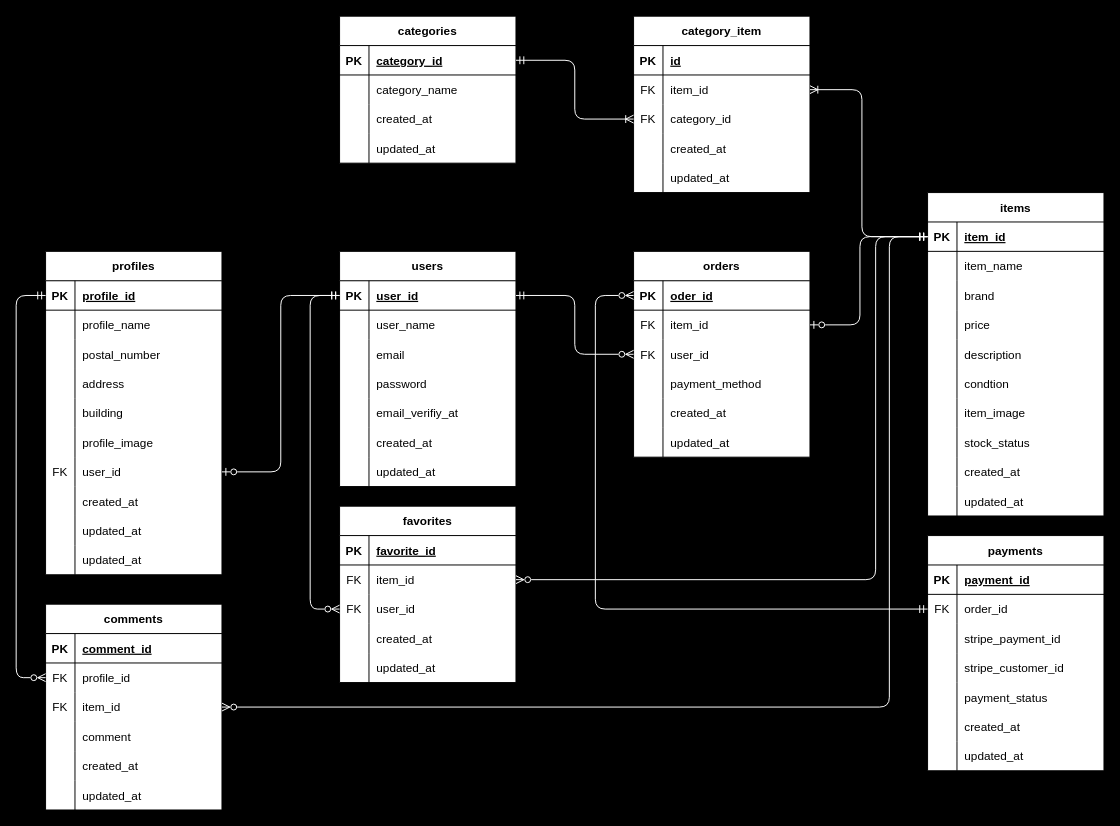
This is flea_markets_er.dio from ayuka-maruyama/coachtech_flea_markets, a draw.io file, before an edit. Source tidied: cells renumbered, new cells numbered last; positions are measured from the earlier drawing's top-left corner, leaving out a move shared by most shapes. Both pictures are drawn from the tidied source at 98%, with x=0, y=0 at pixel (16, 16).
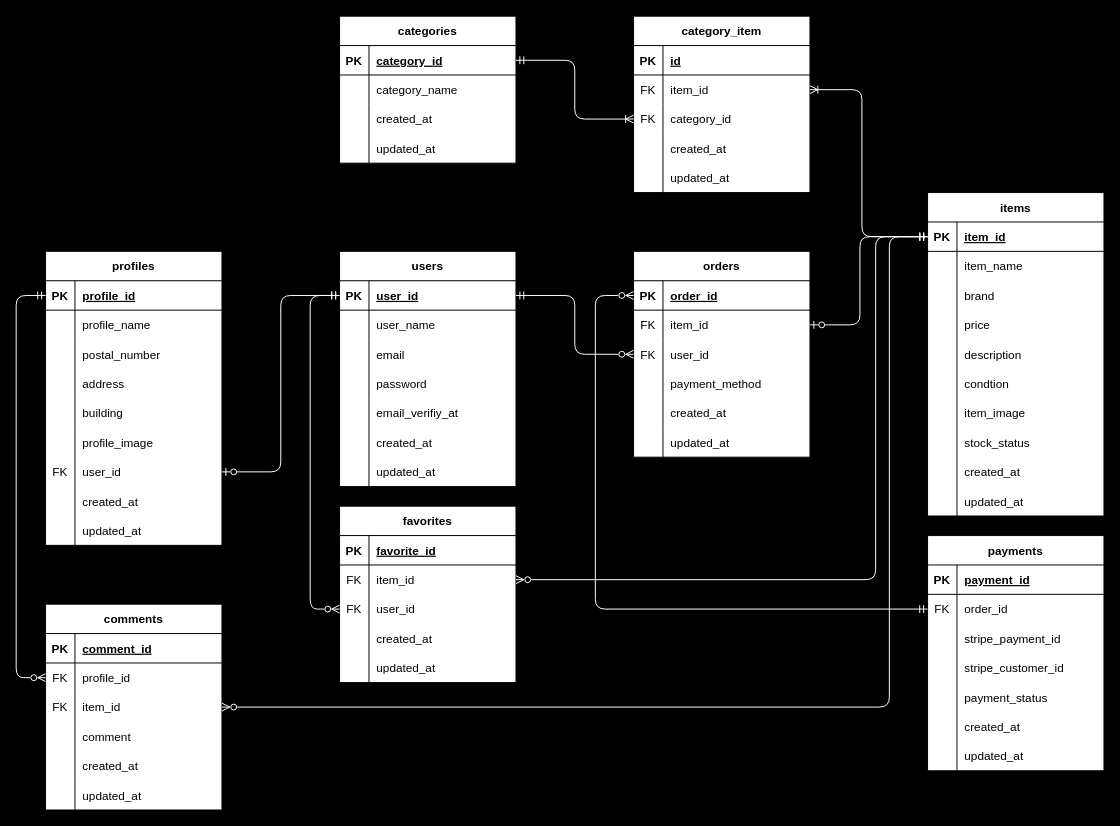
Above is the later version.

Commit message:
ER図のカラム名誤りを修正

Unchanged cells that the change refers to:
```xml
<mxCell id="87" style="shape=tableRow;horizontal=0;startSize=0;swimlaneHead=0;swimlaneBody=0;fillColor=none;points=[[0,0.5],[1,0.5]];portConstraint=eastwest;top=0;left=0;right=0;bottom=1;" parent="86" vertex="1">
  <mxGeometry y="30" width="180" height="30" as="geometry" />
</mxCell>
```

Change to the diagram source:
```diff
@@
-    <mxCell id="89" value="oder_id" style="shape=partialRectangle;fillColor=none;top=0;left=0;bottom=0;right=0;align=left;spacingLeft=6;fontStyle=5;overflow=hidden;" parent="87" vertex="1">
+    <mxCell id="89" value="order_id" style="shape=partialRectangle;fillColor=none;top=0;left=0;bottom=0;right=0;align=left;spacingLeft=6;fontStyle=5;overflow=hidden;" parent="87" vertex="1">
       <mxGeometry x="30" width="150" height="30" as="geometry" />
     </mxCell>
@@
     <mxCell id="106" value="profiles" style="shape=table;startSize=30;childLayout=tableLayout;rowLines=0;fontStyle=1;align=center;fillColor=default;swimlaneFillColor=default;" parent="1" vertex="1">
-      <mxGeometry x="30" y="240" width="180" height="330" as="geometry" />
+      <mxGeometry x="30" y="240" width="180" height="300" as="geometry" />
     </mxCell>
@@
-    <mxCell id="134" style="shape=tableRow;horizontal=0;startSize=0;swimlaneHead=0;swimlaneBody=0;fillColor=none;top=0;left=0;right=0;bottom=0;" parent="106" vertex="1">
-      <mxGeometry y="300" width="180" height="30" as="geometry" />
-    </mxCell>
-    <mxCell id="135" style="shape=partialRectangle;fillColor=none;top=0;left=0;bottom=0;right=0;overflow=hidden;" parent="134" vertex="1">
-      <mxGeometry width="30" height="30" as="geometry" />
-    </mxCell>
-    <mxCell id="136" value="updated_at" style="shape=partialRectangle;fillColor=none;top=0;left=0;bottom=0;right=0;align=left;spacingLeft=6;overflow=hidden;" parent="134" vertex="1">
-      <mxGeometry x="30" width="150" height="30" as="geometry" />
-    </mxCell>
```
